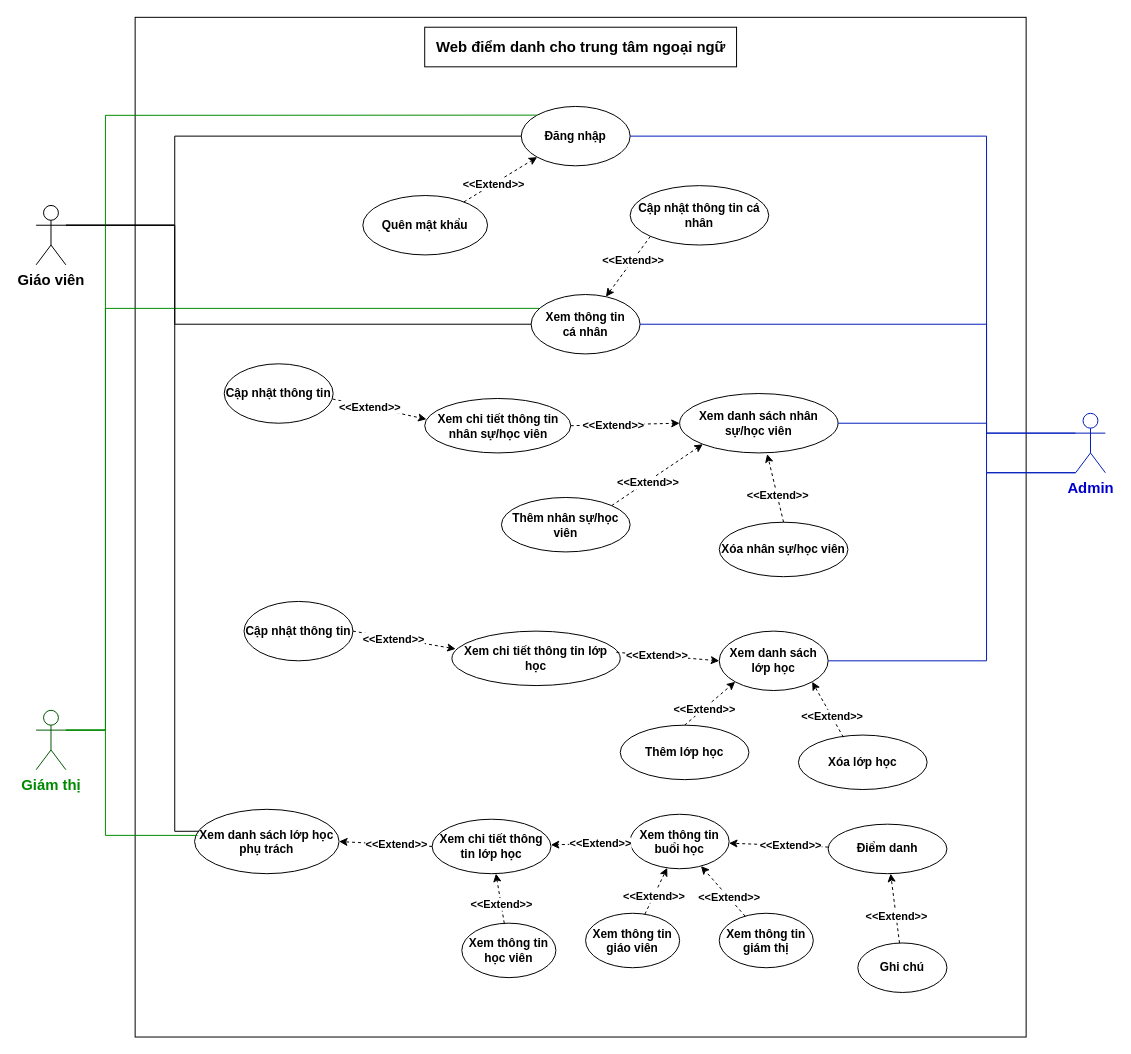
Before: Week 1/UC Diagram.drawio in astr0tas/English-Center-Attendance-Check, a draw.io diagram. Source tidied: cells renumbered, new cells numbered last; positions are measured from the earlier drawing's top-left corner, leaving out a move shared by most shapes. Both pictures are drawn from the tidied source at 99%, with x=0, y=0 at pixel (36, 17).
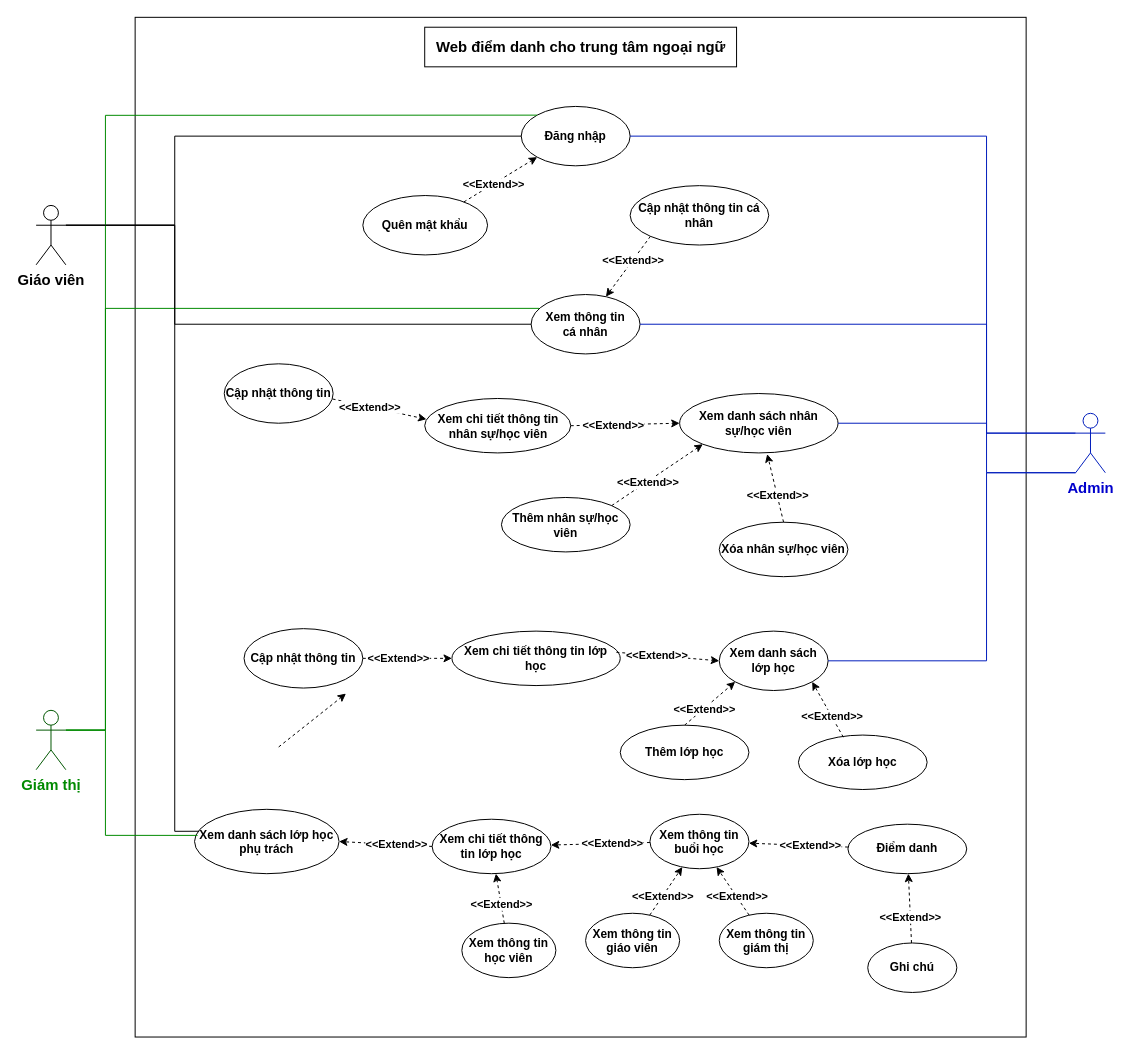
After the change.

The change refers to these unchanged cells:
```xml
<mxCell id="40" value="Xem chi tiết thông tin lớp học" style="ellipse;whiteSpace=wrap;html=1;fontStyle=1;" parent="1" vertex="1">
  <mxGeometry x="420" y="620" width="170" height="55" as="geometry" />
</mxCell>
```

The edit, as a diff of the source:
```diff
@@
     <mxCell id="22" value="Ghi chú" style="ellipse;whiteSpace=wrap;html=1;fontStyle=1;" parent="1" vertex="1">
-      <mxGeometry x="830" y="935" width="90" height="50" as="geometry" />
+      <mxGeometry x="840" y="935" width="90" height="50" as="geometry" />
     </mxCell>
@@
     <mxCell id="41" value="Cập nhật thông tin" style="ellipse;whiteSpace=wrap;html=1;fontStyle=1;" parent="1" vertex="1">
-      <mxGeometry x="210" y="590" width="110" height="60" as="geometry" />
+      <mxGeometry x="210" y="617.5" width="120" height="60" as="geometry" />
     </mxCell>
@@
-    <mxCell id="44" style="endArrow=classic;html=1;rounded=0;exitX=1;exitY=0.5;exitDx=0;exitDy=0;dashed=1;fontStyle=1;entryX=0.022;entryY=0.327;entryDx=0;entryDy=0;entryPerimeter=0;" parent="1" edge="1" source="41" target="40">
+    <mxCell id="44" style="endArrow=classic;html=1;rounded=0;dashed=1;fontStyle=1;" parent="1" edge="1" source="41" target="40">
       <mxGeometry relative="1" as="geometry" />
     </mxCell>
@@
     <mxCell id="53" value="Điểm danh" style="ellipse;whiteSpace=wrap;html=1;fontStyle=1;" parent="1" vertex="1">
-      <mxGeometry x="800" y="815" width="120" height="50" as="geometry" />
+      <mxGeometry x="820" y="815" width="120" height="50" as="geometry" />
     </mxCell>
@@
     <mxCell id="64" value="Xem thông tin buổi học" style="ellipse;whiteSpace=wrap;html=1;fontStyle=1;" parent="1" vertex="1">
-      <mxGeometry x="600" y="805" width="100" height="55" as="geometry" />
+      <mxGeometry x="620" y="805" width="100" height="55" as="geometry" />
     </mxCell>
@@
+    <mxCell id="73" style="endArrow=classic;html=1;rounded=0;dashed=1;fontStyle=1;" parent="1" edge="1">
+      <mxGeometry relative="1" as="geometry">
+        <mxPoint x="245" y="737" as="sourcePoint" />
+        <mxPoint x="313" y="683.1" as="targetPoint" />
+      </mxGeometry>
+    </mxCell>
```
